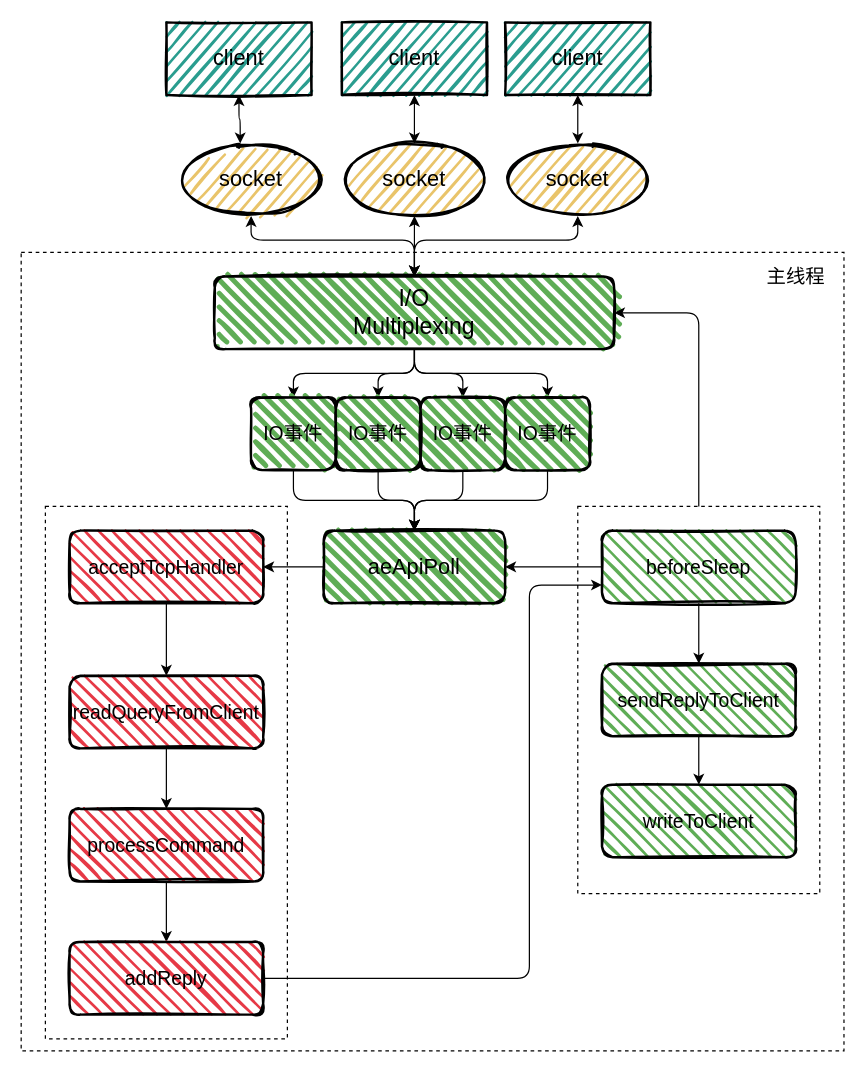
Before: page "single" (2 of 28) of redis/redis.drawio in boilingfrog/Go-POINT, a draw.io diagram. Source tidied: cells renumbered, new cells numbered last; positions are measured from the earlier drawing's top-left corner, leaving out a move shared by most shapes. Both pictures are drawn from the tidied source at 121%, with x=0, y=0 at pixel (21, 22).
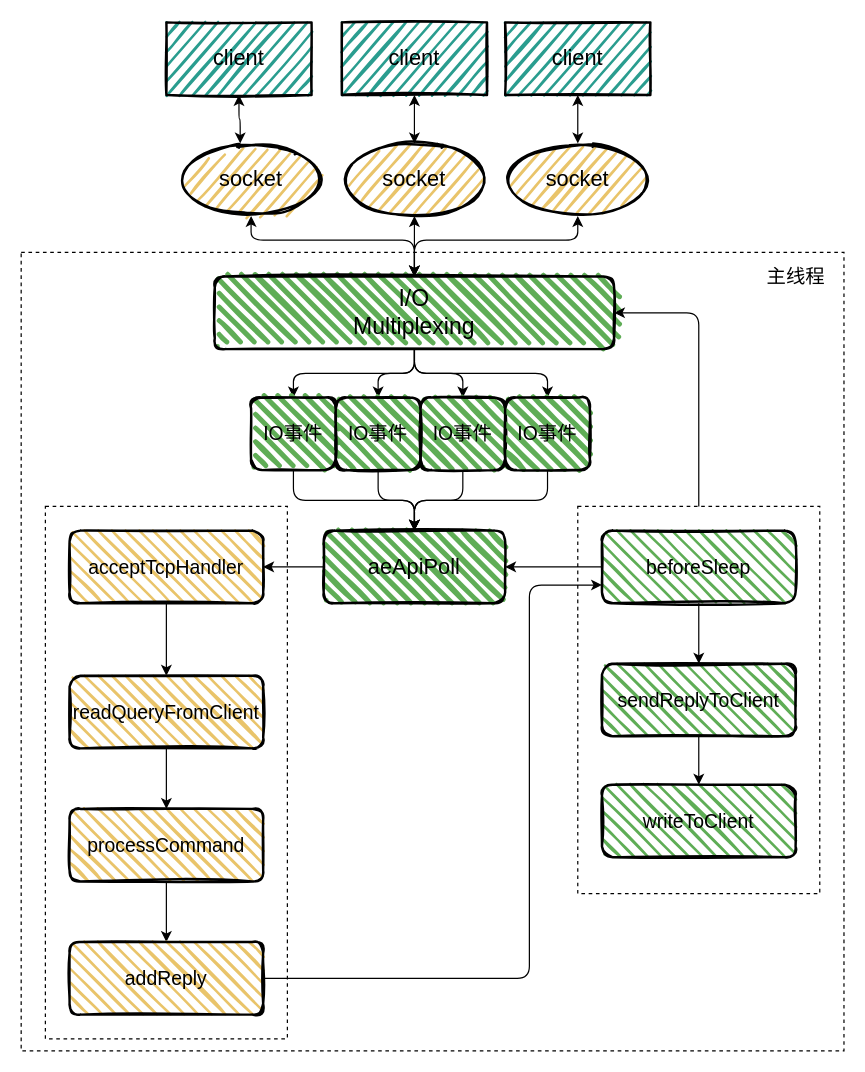
The same page after the edit.

What changed in the source:
```diff
@@
-    <mxCell id="17" value="acceptTcpHandler" style="rounded=1;whiteSpace=wrap;html=1;strokeWidth=2;fillWeight=2;hachureGap=8;hachureAngle=45;fillColor=#E63946;sketch=1;fontSize=16;fillStyle=dots;" parent="1" vertex="1">
+    <mxCell id="17" value="acceptTcpHandler" style="rounded=1;whiteSpace=wrap;html=1;strokeWidth=2;fillWeight=2;hachureGap=8;hachureAngle=45;fillColor=#E9C46A;sketch=1;fontSize=16;fillStyle=dots;" parent="1" vertex="1">
       <mxGeometry x="40" y="420" width="160" height="60" as="geometry" />
     </mxCell>
@@
-    <mxCell id="27" value="readQueryFromClient" style="rounded=1;whiteSpace=wrap;html=1;strokeWidth=2;fillWeight=2;hachureGap=8;hachureAngle=45;fillColor=#E63946;sketch=1;fontSize=16;fillStyle=dots;" parent="1" vertex="1">
+    <mxCell id="27" value="readQueryFromClient" style="rounded=1;whiteSpace=wrap;html=1;strokeWidth=2;fillWeight=2;hachureGap=8;hachureAngle=45;fillColor=#E9C46A;sketch=1;fontSize=16;fillStyle=dots;" parent="1" vertex="1">
       <mxGeometry x="40" y="540" width="160" height="60" as="geometry" />
     </mxCell>
@@
-    <mxCell id="35" value="processCommand" style="rounded=1;whiteSpace=wrap;html=1;strokeWidth=2;fillWeight=2;hachureGap=8;hachureAngle=45;fillColor=#E63946;sketch=1;fontSize=16;fillStyle=dots;" parent="1" vertex="1">
+    <mxCell id="35" value="processCommand" style="rounded=1;whiteSpace=wrap;html=1;strokeWidth=2;fillWeight=2;hachureGap=8;hachureAngle=45;fillColor=#E9C46A;sketch=1;fontSize=16;fillStyle=dots;" parent="1" vertex="1">
       <mxGeometry x="40" y="650" width="160" height="60" as="geometry" />
     </mxCell>
@@
-    <mxCell id="37" value="addReply" style="rounded=1;whiteSpace=wrap;html=1;strokeWidth=2;fillWeight=2;hachureGap=8;hachureAngle=45;fillColor=#E63946;sketch=1;fontSize=16;fillStyle=dots;" parent="1" vertex="1">
+    <mxCell id="37" value="addReply" style="rounded=1;whiteSpace=wrap;html=1;strokeWidth=2;fillWeight=2;hachureGap=8;hachureAngle=45;fillColor=#E9C46A;sketch=1;fontSize=16;fillStyle=dots;" parent="1" vertex="1">
       <mxGeometry x="40" y="760" width="160" height="60" as="geometry" />
     </mxCell>
```
